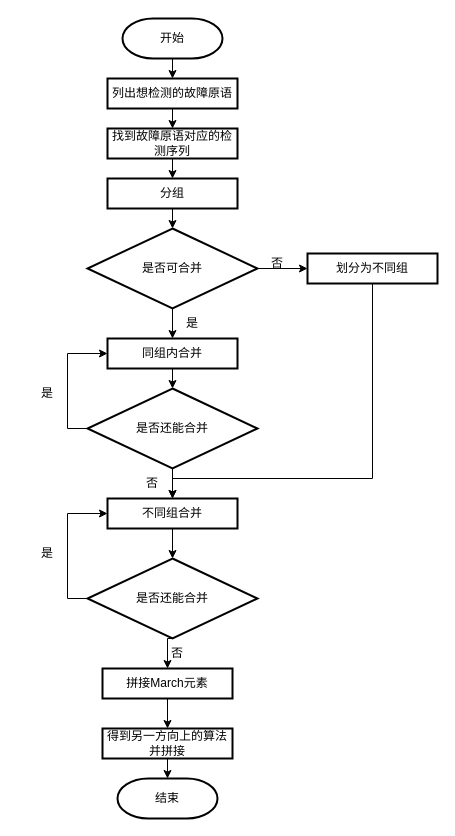
Above: doc/generation.drawio in shanshan-lu/homwork (draw.io), before the change. Source tidied: cells renumbered, new cells numbered last; positions are measured from the earlier drawing's top-left corner, leaving out a move shared by most shapes. Both pictures are drawn from the tidied source at 100%, with x=0, y=0 at pixel (17, 18).
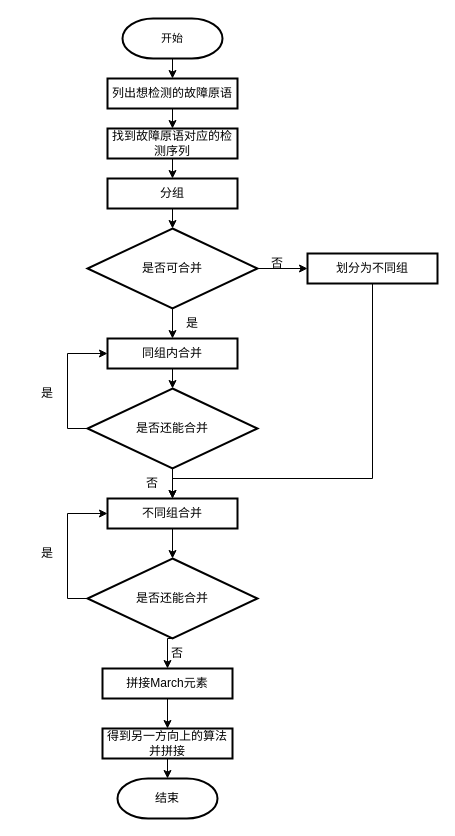
The same diagram, later.

Diff of the diagram source:
```diff
@@
-    <mxCell id="3" value="开始" style="strokeWidth=2;html=1;shape=mxgraph.flowchart.terminator;whiteSpace=wrap;" parent="1" vertex="1">
+    <mxCell id="3" value="&lt;font style=&quot;font-size: 11px;&quot;&gt;开始&lt;/font&gt;" style="strokeWidth=2;html=1;shape=mxgraph.flowchart.terminator;whiteSpace=wrap;" parent="1" vertex="1">
       <mxGeometry x="105" width="100" height="40" as="geometry" />
     </mxCell>
```
